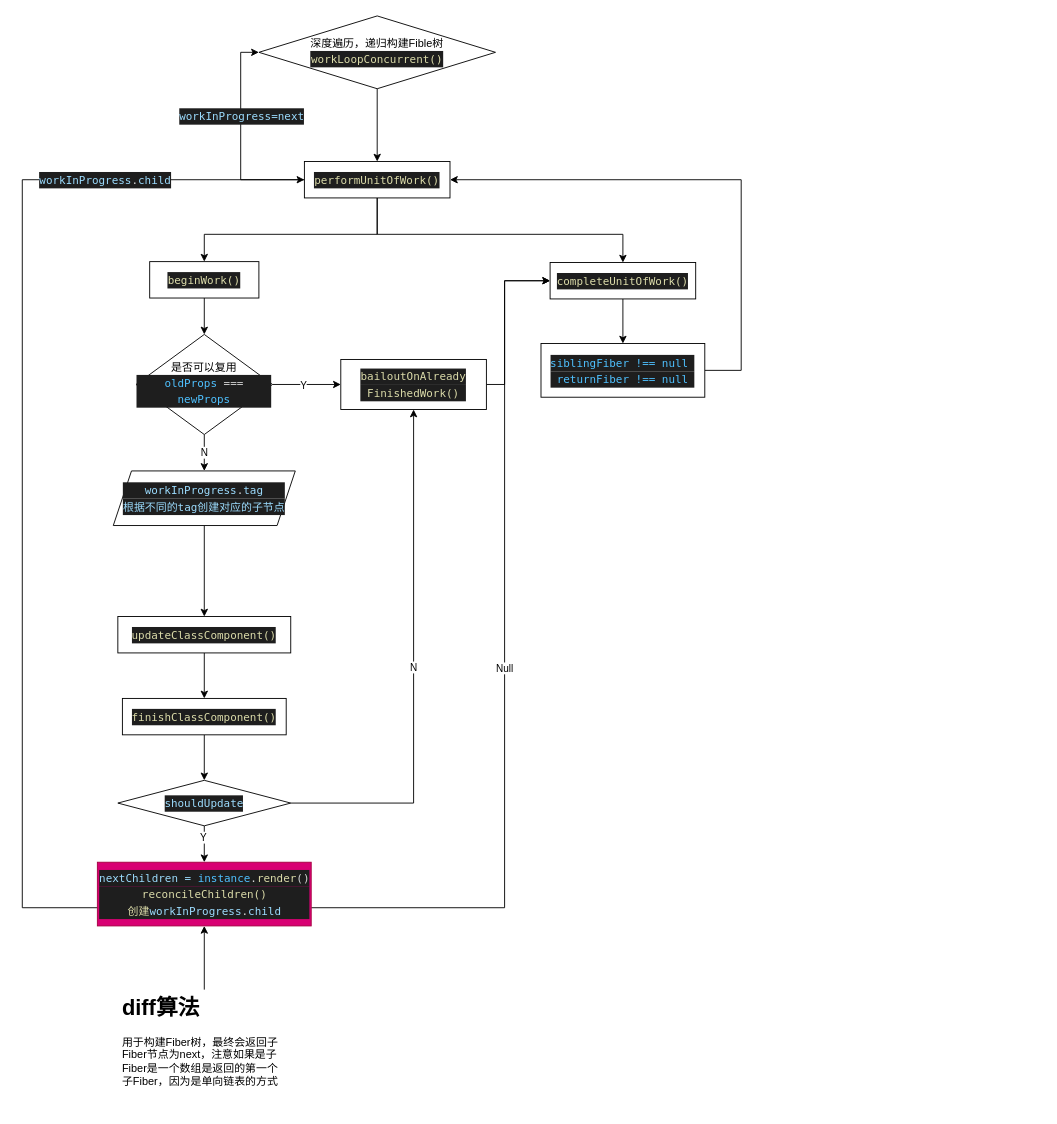
Earlier version of the draw.io diagram page "渲染流程" (2 of 2) of Untitled Diagram.drawio (damoOnly/school). Source tidied: cells renumbered, new cells numbered last; positions are measured from the earlier drawing's top-left corner, leaving out a move shared by most shapes. Both pictures are drawn from the tidied source at 91%, with x=0, y=0 at pixel (22, 15).
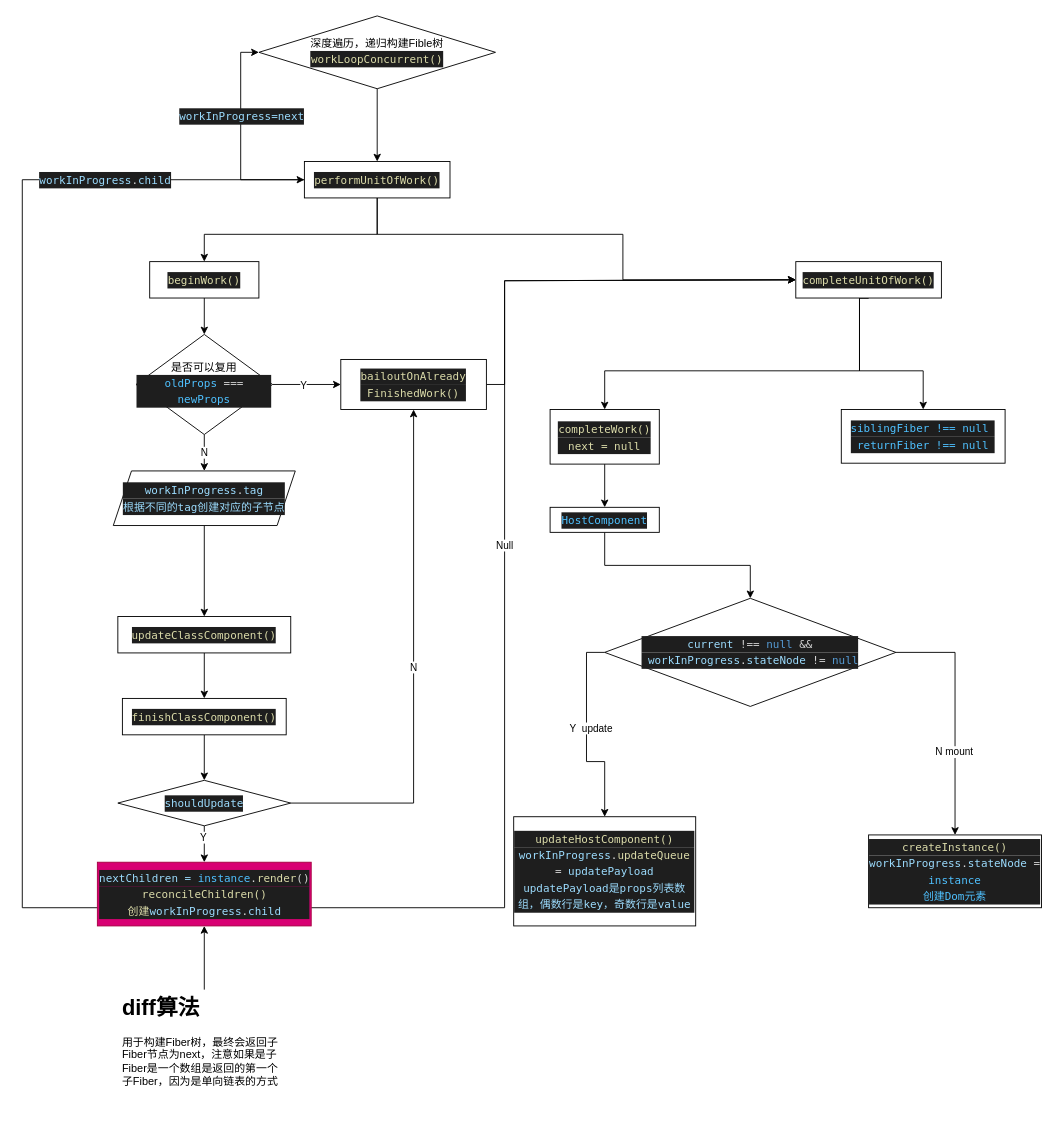
After the change.

The change refers to these unchanged cells:
```xml
<mxCell id="8" value="&lt;div style=&quot;color: rgb(212 , 212 , 212) ; background-color: rgb(30 , 30 , 30) ; font-family: &amp;#34;menlo&amp;#34; , &amp;#34;monaco&amp;#34; , &amp;#34;courier new&amp;#34; , monospace ; line-height: 18px&quot;&gt;&lt;span style=&quot;color: #dcdcaa&quot;&gt;performUnitOfWork()&lt;/span&gt;&lt;/div&gt;" style="whiteSpace=wrap;html=1;" parent="1" vertex="1">
  <mxGeometry x="310" y="160" width="160" height="40" as="geometry" />
</mxCell>
```

Diff of the diagram source:
```diff
@@
-    <mxCell id="11" style="edgeStyle=orthogonalEdgeStyle;rounded=0;jettySize=auto;html=1;" parent="1" edge="1" source="12" target="36">
-      <mxGeometry relative="1" as="geometry" />
+    <mxCell id="11" style="edgeStyle=orthogonalEdgeStyle;rounded=0;jettySize=auto;html=1;exitX=0.5;exitY=1;exitDx=0;exitDy=0;" parent="1" edge="1" source="12" target="36">
+      <mxGeometry relative="1" as="geometry">
+        <Array as="points">
+          <mxPoint x="920" y="310" />
+          <mxPoint x="920" y="390" />
+          <mxPoint x="990" y="390" />
+        </Array>
+      </mxGeometry>
     </mxCell>
+    <mxCell id="37" style="edgeStyle=orthogonalEdgeStyle;rounded=0;jettySize=auto;html=1;exitX=0.5;exitY=1;exitDx=0;exitDy=0;entryX=0.5;entryY=0;entryDx=0;entryDy=0;" parent="1" edge="1" source="12" target="39">
+      <mxGeometry relative="1" as="geometry">
+        <Array as="points">
+          <mxPoint x="920" y="310" />
+          <mxPoint x="920" y="390" />
+          <mxPoint x="640" y="390" />
+        </Array>
+      </mxGeometry>
+    </mxCell>
     <mxCell id="12" value="&lt;div style=&quot;color: rgb(212 , 212 , 212) ; background-color: rgb(30 , 30 , 30) ; font-family: &amp;#34;menlo&amp;#34; , &amp;#34;monaco&amp;#34; , &amp;#34;courier new&amp;#34; , monospace ; line-height: 18px&quot;&gt;&lt;span style=&quot;color: #dcdcaa&quot;&gt;completeUnitOfWork()&lt;/span&gt;&lt;/div&gt;" style="rounded=0;whiteSpace=wrap;html=1;" parent="1" vertex="1">
-      <mxGeometry x="580" y="271" width="160" height="40" as="geometry" />
+      <mxGeometry x="850" y="270" width="160" height="40" as="geometry" />
     </mxCell>
@@
-    <mxCell id="35" style="edgeStyle=orthogonalEdgeStyle;rounded=0;jettySize=auto;html=1;entryX=1;entryY=0.5;entryDx=0;entryDy=0;" parent="1" edge="1" source="36" target="8">
-      <mxGeometry relative="1" as="geometry">
-        <Array as="points">
-          <mxPoint x="790" y="390" />
-          <mxPoint x="790" y="180" />
-        </Array>
-      </mxGeometry>
-    </mxCell>
     <mxCell id="36" value="&lt;div style=&quot;color: rgb(212 , 212 , 212) ; background-color: rgb(30 , 30 , 30) ; font-family: &amp;#34;menlo&amp;#34; , &amp;#34;monaco&amp;#34; , &amp;#34;courier new&amp;#34; , monospace ; line-height: 18px&quot;&gt;&lt;span style=&quot;color: #4fc1ff&quot;&gt;siblingFiber !== null&amp;nbsp;&lt;/span&gt;&lt;/div&gt;&lt;div style=&quot;color: rgb(212 , 212 , 212) ; background-color: rgb(30 , 30 , 30) ; font-family: &amp;#34;menlo&amp;#34; , &amp;#34;monaco&amp;#34; , &amp;#34;courier new&amp;#34; , monospace ; line-height: 18px&quot;&gt;&lt;div style=&quot;line-height: 18px&quot;&gt;&lt;span style=&quot;color: #4fc1ff&quot;&gt;returnFiber !== null&lt;/span&gt;&lt;/div&gt;&lt;/div&gt;" style="whiteSpace=wrap;html=1;rounded=0;" parent="1" vertex="1">
-      <mxGeometry x="570" y="360" width="180" height="59" as="geometry" />
+      <mxGeometry x="900" y="432.5" width="180" height="59" as="geometry" />
     </mxCell>
+    <mxCell id="38" style="edgeStyle=orthogonalEdgeStyle;rounded=0;jettySize=auto;html=1;" parent="1" edge="1" source="39" target="41">
+      <mxGeometry relative="1" as="geometry" />
+    </mxCell>
+    <mxCell id="39" value="&lt;div style=&quot;color: rgb(212 , 212 , 212) ; background-color: rgb(30 , 30 , 30) ; font-family: &amp;#34;menlo&amp;#34; , &amp;#34;monaco&amp;#34; , &amp;#34;courier new&amp;#34; , monospace ; line-height: 18px&quot;&gt;&lt;span style=&quot;color: #dcdcaa&quot;&gt;completeWork()&lt;/span&gt;&lt;/div&gt;&lt;div style=&quot;color: rgb(212 , 212 , 212) ; background-color: rgb(30 , 30 , 30) ; font-family: &amp;#34;menlo&amp;#34; , &amp;#34;monaco&amp;#34; , &amp;#34;courier new&amp;#34; , monospace ; line-height: 18px&quot;&gt;&lt;span style=&quot;color: #dcdcaa&quot;&gt;next = null&lt;/span&gt;&lt;/div&gt;" style="rounded=0;whiteSpace=wrap;html=1;" parent="1" vertex="1">
+      <mxGeometry x="580" y="432.5" width="120" height="60" as="geometry" />
+    </mxCell>
+    <mxCell id="40" style="edgeStyle=orthogonalEdgeStyle;rounded=0;jettySize=auto;html=1;" parent="1" edge="1" source="41" target="46">
+      <mxGeometry relative="1" as="geometry" />
+    </mxCell>
+    <mxCell id="41" value="&lt;div style=&quot;color: rgb(212 , 212 , 212) ; background-color: rgb(30 , 30 , 30) ; font-family: &amp;#34;menlo&amp;#34; , &amp;#34;monaco&amp;#34; , &amp;#34;courier new&amp;#34; , monospace ; line-height: 18px&quot;&gt;&lt;span style=&quot;color: #4fc1ff&quot;&gt;HostComponent&lt;/span&gt;&lt;/div&gt;" style="whiteSpace=wrap;html=1;rounded=0;" parent="1" vertex="1">
+      <mxGeometry x="580" y="540" width="120" height="27.5" as="geometry" />
+    </mxCell>
+    <mxCell id="42" style="edgeStyle=orthogonalEdgeStyle;rounded=0;jettySize=auto;html=1;exitX=0;exitY=0.5;exitDx=0;exitDy=0;" parent="1" edge="1" source="46" target="47">
+      <mxGeometry relative="1" as="geometry" />
+    </mxCell>
+    <mxCell id="43" value="Y&amp;nbsp; update" style="edgeLabel;html=1;align=center;verticalAlign=middle;" parent="42" vertex="1">
+      <mxGeometry x="-0.07" y="4" relative="1" as="geometry" />
+    </mxCell>
+    <mxCell id="44" style="edgeStyle=orthogonalEdgeStyle;rounded=0;jettySize=auto;html=1;exitX=1;exitY=0.5;exitDx=0;exitDy=0;" parent="1" edge="1" source="46" target="48">
+      <mxGeometry relative="1" as="geometry" />
+    </mxCell>
+    <mxCell id="45" value="N mount" style="edgeLabel;html=1;align=center;verticalAlign=middle;" parent="44" vertex="1">
+      <mxGeometry x="0.31" y="-2" relative="1" as="geometry" />
+    </mxCell>
+    <mxCell id="46" value="&lt;div style=&quot;color: rgb(212 , 212 , 212) ; background-color: rgb(30 , 30 , 30) ; font-family: &amp;#34;menlo&amp;#34; , &amp;#34;monaco&amp;#34; , &amp;#34;courier new&amp;#34; , monospace ; line-height: 18px&quot;&gt;&lt;span style=&quot;color: #9cdcfe&quot;&gt;current&lt;/span&gt; !== &lt;span style=&quot;color: #569cd6&quot;&gt;null&lt;/span&gt;&amp;nbsp;&amp;amp;&amp;amp;&lt;/div&gt;&lt;div style=&quot;color: rgb(212 , 212 , 212) ; background-color: rgb(30 , 30 , 30) ; font-family: &amp;#34;menlo&amp;#34; , &amp;#34;monaco&amp;#34; , &amp;#34;courier new&amp;#34; , monospace ; line-height: 18px&quot;&gt;&amp;nbsp;&lt;span style=&quot;color: #9cdcfe&quot;&gt;workInProgress&lt;/span&gt;.&lt;span style=&quot;color: #9cdcfe&quot;&gt;stateNode&lt;/span&gt; != &lt;span style=&quot;color: #569cd6&quot;&gt;null&lt;/span&gt;&lt;/div&gt;" style="rhombus;whiteSpace=wrap;html=1;rounded=0;" parent="1" vertex="1">
+      <mxGeometry x="640" y="640" width="320" height="118.8" as="geometry" />
+    </mxCell>
+    <mxCell id="47" value="&lt;div style=&quot;color: rgb(212 , 212 , 212) ; background-color: rgb(30 , 30 , 30) ; font-family: &amp;#34;menlo&amp;#34; , &amp;#34;monaco&amp;#34; , &amp;#34;courier new&amp;#34; , monospace ; line-height: 18px&quot;&gt;&lt;span style=&quot;color: #dcdcaa&quot;&gt;updateHostComponent()&lt;/span&gt;&lt;/div&gt;&lt;div style=&quot;color: rgb(212 , 212 , 212) ; background-color: rgb(30 , 30 , 30) ; font-family: &amp;#34;menlo&amp;#34; , &amp;#34;monaco&amp;#34; , &amp;#34;courier new&amp;#34; , monospace ; line-height: 18px&quot;&gt;&lt;div style=&quot;font-family: &amp;#34;menlo&amp;#34; , &amp;#34;monaco&amp;#34; , &amp;#34;courier new&amp;#34; , monospace ; line-height: 18px&quot;&gt;&lt;span style=&quot;color: #9cdcfe&quot;&gt;workInProgress&lt;/span&gt;.&lt;span style=&quot;color: #dcdcaa&quot;&gt;updateQueue&lt;/span&gt; = &lt;span style=&quot;color: #9cdcfe&quot;&gt;updatePayload&lt;/span&gt;&lt;/div&gt;&lt;div style=&quot;font-family: &amp;#34;menlo&amp;#34; , &amp;#34;monaco&amp;#34; , &amp;#34;courier new&amp;#34; , monospace ; line-height: 18px&quot;&gt;&lt;span style=&quot;color: #9cdcfe&quot;&gt;updatePayload是props列表数组，偶数行是key，奇数行是value&lt;/span&gt;&lt;/div&gt;&lt;/div&gt;" style="whiteSpace=wrap;html=1;rounded=0;" parent="1" vertex="1">
+      <mxGeometry x="540" y="880" width="200" height="120" as="geometry" />
+    </mxCell>
+    <mxCell id="48" value="&lt;div style=&quot;color: rgb(212 , 212 , 212) ; background-color: rgb(30 , 30 , 30) ; font-family: &amp;#34;menlo&amp;#34; , &amp;#34;monaco&amp;#34; , &amp;#34;courier new&amp;#34; , monospace ; line-height: 18px&quot;&gt;&lt;span style=&quot;color: #dcdcaa&quot;&gt;createInstance()&lt;/span&gt;&lt;/div&gt;&lt;div style=&quot;color: rgb(212 , 212 , 212) ; background-color: rgb(30 , 30 , 30) ; font-family: &amp;#34;menlo&amp;#34; , &amp;#34;monaco&amp;#34; , &amp;#34;courier new&amp;#34; , monospace ; line-height: 18px&quot;&gt;&lt;div style=&quot;line-height: 18px&quot;&gt;&lt;span style=&quot;color: #9cdcfe&quot;&gt;workInProgress&lt;/span&gt;.&lt;span style=&quot;color: #9cdcfe&quot;&gt;stateNode&lt;/span&gt; = &lt;span style=&quot;color: #4fc1ff&quot;&gt;instance&lt;/span&gt;&lt;/div&gt;&lt;div style=&quot;line-height: 18px&quot;&gt;&lt;span style=&quot;color: #4fc1ff&quot;&gt;创建Dom元素&lt;/span&gt;&lt;/div&gt;&lt;/div&gt;" style="whiteSpace=wrap;html=1;rounded=0;" parent="1" vertex="1">
+      <mxGeometry x="930" y="900" width="190" height="80" as="geometry" />
+    </mxCell>
```
